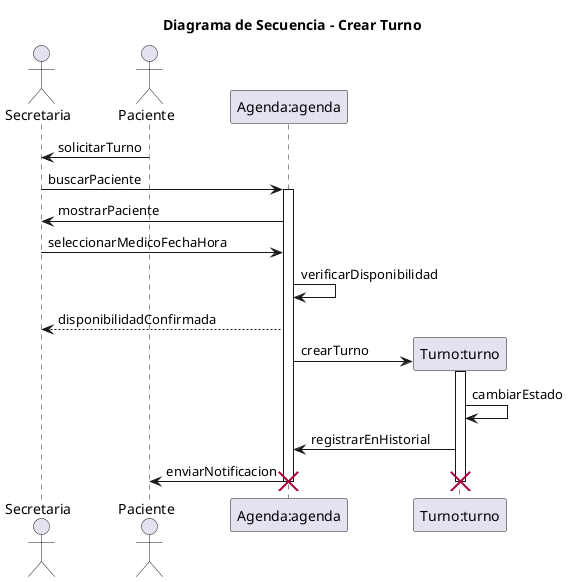
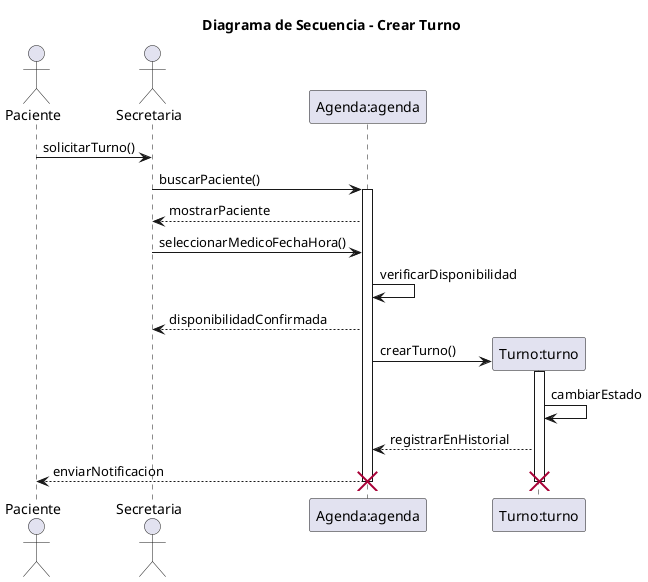
@startuml 05-secuencia-crear-turno-01

title Diagrama de Secuencia - Crear Turno
' Nombre del escenario: Crear Turno - Flujo Principal
' Archivo: diagramas/03-escenarios-casos-de-uso/03-crear-turno-flujo-principal.md
' Objetivo: Representar la creación exitosa de un turno de control médico, involucrando secretaria, paciente y sistema, basado en responsabilidades de CRC (Secretaria gestiona turnos, Agenda registra disponibilidad, Turno asigna a paciente y médico).

+ actor Paciente as paciente
actor Secretaria as secretaria
- actor Paciente as paciente
participant "Agenda:agenda" as agenda
participant "Turno:turno" as turno

- paciente -> secretaria: solicitarTurno
+ paciente -> secretaria: solicitarTurno()

- secretaria -> agenda: buscarPaciente
+ secretaria -> agenda: buscarPaciente()
activate agenda

- agenda -> secretaria: mostrarPaciente
- secretaria -> agenda: seleccionarMedicoFechaHora
+ agenda --> secretaria: mostrarPaciente
+ secretaria -> agenda: seleccionarMedicoFechaHora()

agenda -> agenda: verificarDisponibilidad
agenda --> secretaria: disponibilidadConfirmada

create turno
- agenda -> turno: crearTurno
+ agenda -> turno: crearTurno()
activate turno

turno -> turno: cambiarEstado
- turno -> agenda: registrarEnHistorial
+ turno --> agenda: registrarEnHistorial

- agenda -> paciente: enviarNotificacion
+ agenda --> paciente: enviarNotificacion

deactivate turno
deactivate agenda

destroy turno
destroy agenda

@enduml